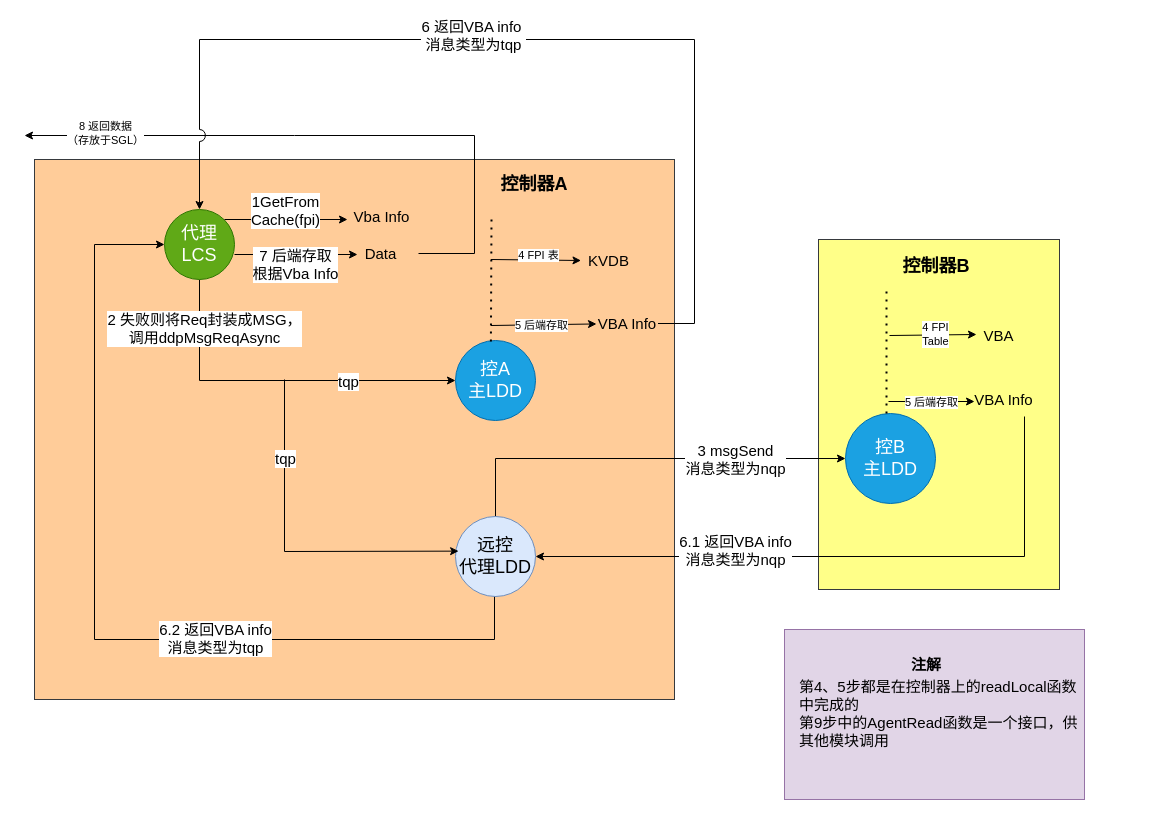
1152545264/DrawioPaint keeps this draw.io diagram as MSG转发.drawio. Above is the earlier version. Source tidied: cells renumbered, new cells numbered last; positions are measured from the earlier drawing's top-left corner, leaving out a move shared by most shapes. Both pictures are drawn from the tidied source at 100%, with x=0, y=0 at pixel (24, 39).
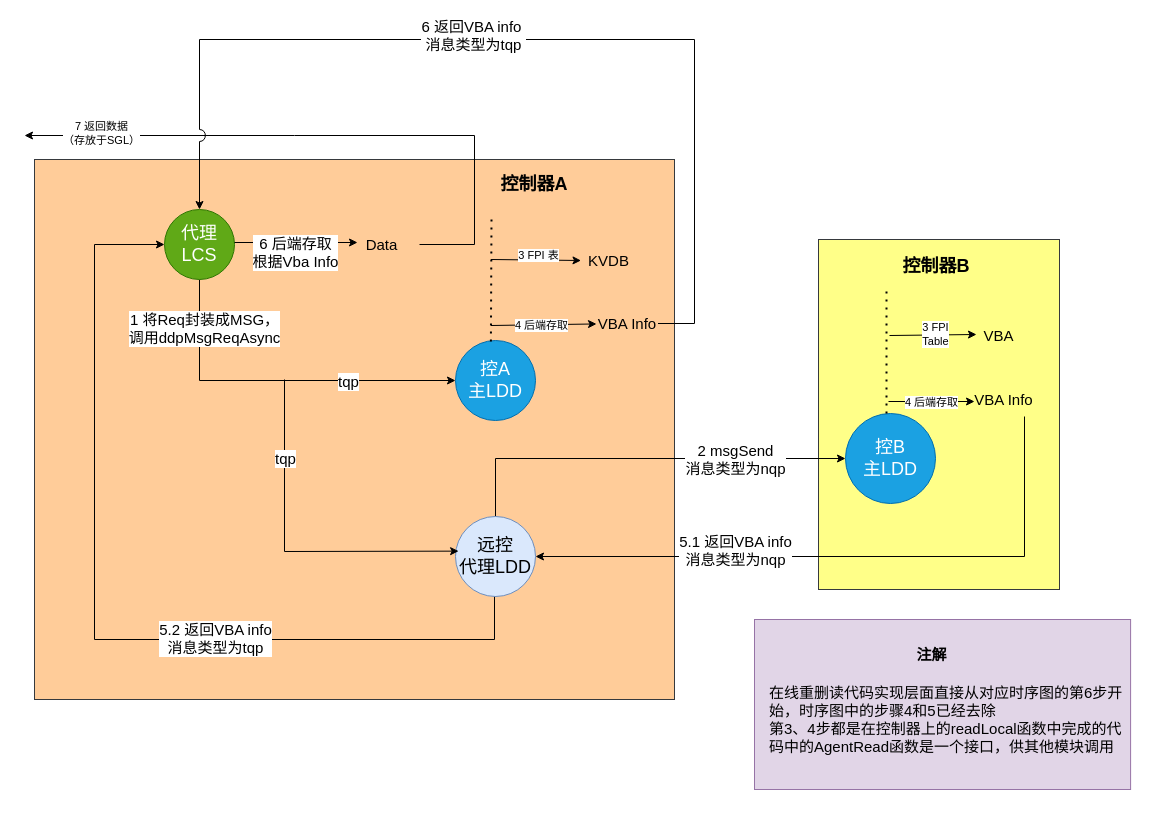
After the change.

The change refers to these unchanged cells:
```xml
<mxCell id="4" style="edgeStyle=orthogonalEdgeStyle;rounded=0;jettySize=auto;html=1;exitX=0.5;exitY=1;exitDx=0;exitDy=0;entryX=0;entryY=0.5;entryDx=0;entryDy=0;" parent="1" edge="1" source="7" target="32">
  <mxGeometry relative="1" as="geometry" />
</mxCell>
<mxCell id="8" style="edgeStyle=orthogonalEdgeStyle;rounded=0;jettySize=auto;html=1;exitX=0.5;exitY=0;exitDx=0;exitDy=0;entryX=0;entryY=0.5;entryDx=0;entryDy=0;" parent="1" edge="1" source="12" target="13">
  <mxGeometry relative="1" as="geometry">
    <Array as="points">
      <mxPoint x="471" y="419" />
    </Array>
  </mxGeometry>
</mxCell>
<mxCell id="10" style="edgeStyle=orthogonalEdgeStyle;rounded=0;jettySize=auto;html=1;entryX=0;entryY=0.5;entryDx=0;entryDy=0;exitX=0.5;exitY=1;exitDx=0;exitDy=0;" parent="1" edge="1" source="12" target="7">
  <mxGeometry relative="1" as="geometry">
    <Array as="points">
      <mxPoint x="470" y="600" />
      <mxPoint x="70" y="600" />
      <mxPoint x="70" y="205" />
    </Array>
  </mxGeometry>
</mxCell>
<mxCell id="14" style="endArrow=classic;html=1;rounded=0;entryX=0;entryY=0.5;entryDx=0;entryDy=0;" parent="1" edge="1">
  <mxGeometry relative="1" as="geometry">
    <mxPoint x="865" y="296" as="sourcePoint" />
    <mxPoint x="952" y="295" as="targetPoint" />
  </mxGeometry>
</mxCell>
<mxCell id="17" style="edgeStyle=orthogonalEdgeStyle;rounded=0;jettySize=auto;html=1;entryX=1;entryY=0.5;entryDx=0;entryDy=0;" parent="1" edge="1" source="19" target="12">
  <mxGeometry relative="1" as="geometry">
    <Array as="points">
      <mxPoint x="1000" y="517" />
    </Array>
  </mxGeometry>
</mxCell>
<mxCell id="20" style="endArrow=classic;html=1;rounded=0;entryX=0.107;entryY=0.559;entryDx=0;entryDy=0;entryPerimeter=0;" parent="1" edge="1" target="19">
  <mxGeometry relative="1" as="geometry">
    <mxPoint x="864" y="362" as="sourcePoint" />
  </mxGeometry>
</mxCell>
<mxCell id="33" style="endArrow=classic;html=1;rounded=0;entryX=0;entryY=0.5;entryDx=0;entryDy=0;" parent="1" edge="1" target="35">
  <mxGeometry relative="1" as="geometry">
    <mxPoint x="466.5" y="220" as="sourcePoint" />
  </mxGeometry>
</mxCell>
<mxCell id="36" style="endArrow=classic;html=1;rounded=0;" parent="1" edge="1" target="44">
  <mxGeometry relative="1" as="geometry">
    <mxPoint x="466.5" y="286" as="sourcePoint" />
  </mxGeometry>
</mxCell>
```

What changed in the source:
```diff
@@
-    <mxCell id="5" value="&lt;font style=&quot;font-size: 15px;&quot;&gt;2 失败则将Req封装成MSG，&lt;br&gt;调用ddpMsgReqAsync&lt;/font&gt;" style="edgeLabel;html=1;align=center;verticalAlign=middle;" parent="4" vertex="1">
+    <mxCell id="5" value="&lt;font style=&quot;font-size: 15px;&quot;&gt;1 将Req封装成MSG，&lt;br&gt;调用ddpMsgReqAsync&lt;/font&gt;" style="edgeLabel;html=1;align=center;verticalAlign=middle;" parent="4" vertex="1">
       <mxGeometry x="0.38" y="-1" relative="1" as="geometry">
         <mxPoint x="-141" y="-54" as="offset" />
       </mxGeometry>
     </mxCell>
@@
-    <mxCell id="9" value="&lt;font style=&quot;font-size: 15px;&quot;&gt;3 msgSend&lt;br&gt;消息类型为nqp&lt;br&gt;&lt;/font&gt;" style="edgeLabel;html=1;align=center;verticalAlign=middle;" parent="8" vertex="1">
+    <mxCell id="9" value="&lt;font style=&quot;font-size: 15px;&quot;&gt;2 msgSend&lt;br&gt;消息类型为nqp&lt;br&gt;&lt;/font&gt;" style="edgeLabel;html=1;align=center;verticalAlign=middle;" parent="8" vertex="1">
       <mxGeometry x="-0.19" y="3" relative="1" as="geometry">
         <mxPoint x="132" y="3" as="offset" />
       </mxGeometry>
     </mxCell>
@@
-    <mxCell id="11" value="&lt;font style=&quot;font-size: 15px;&quot;&gt;6.2 返回VBA info&lt;br&gt;消息类型为tqp&lt;/font&gt;" style="edgeLabel;html=1;align=center;verticalAlign=middle;" parent="10" vertex="1">
+    <mxCell id="11" value="&lt;font style=&quot;font-size: 15px;&quot;&gt;5.2 返回VBA info&lt;br&gt;消息类型为tqp&lt;/font&gt;" style="edgeLabel;html=1;align=center;verticalAlign=middle;" parent="10" vertex="1">
       <mxGeometry x="-0.29" y="-2" relative="1" as="geometry">
         <mxPoint x="-1" as="offset" />
       </mxGeometry>
     </mxCell>
@@
-    <mxCell id="15" value="4 FPI &lt;br&gt;Table" style="edgeLabel;html=1;align=center;verticalAlign=middle;" parent="14" vertex="1">
+    <mxCell id="15" value="3 FPI &lt;br&gt;Table" style="edgeLabel;html=1;align=center;verticalAlign=middle;" parent="14" vertex="1">
       <mxGeometry x="0.04" y="1" relative="1" as="geometry">
         <mxPoint x="1" as="offset" />
       </mxGeometry>
     </mxCell>
@@
-    <mxCell id="18" value="&lt;font style=&quot;font-size: 15px;&quot;&gt;6.1 返回VBA info&lt;br&gt;消息类型为nqp&lt;br&gt;&lt;/font&gt;" style="edgeLabel;html=1;align=center;verticalAlign=middle;" parent="17" vertex="1">
+    <mxCell id="18" value="&lt;font style=&quot;font-size: 15px;&quot;&gt;5.1 返回VBA info&lt;br&gt;消息类型为nqp&lt;br&gt;&lt;/font&gt;" style="edgeLabel;html=1;align=center;verticalAlign=middle;" parent="17" vertex="1">
       <mxGeometry x="-0.22" relative="1" as="geometry">
         <mxPoint x="-185" y="-7" as="offset" />
       </mxGeometry>
     </mxCell>
@@
-    <mxCell id="21" value="5 后端存取" style="edgeLabel;html=1;align=center;verticalAlign=middle;" parent="20" vertex="1">
+    <mxCell id="21" value="4 后端存取" style="edgeLabel;html=1;align=center;verticalAlign=middle;" parent="20" vertex="1">
       <mxGeometry x="-0.18" relative="1" as="geometry">
         <mxPoint x="8" as="offset" />
       </mxGeometry>
     </mxCell>
     <mxCell id="22" style="endArrow=classic;html=1;rounded=0;" parent="1" edge="1">
       <mxGeometry relative="1" as="geometry">
-        <mxPoint x="210" y="215" as="sourcePoint" />
-        <mxPoint x="333" y="215" as="targetPoint" />
+        <mxPoint x="210" y="203" as="sourcePoint" />
+        <mxPoint x="333" y="203" as="targetPoint" />
       </mxGeometry>
     </mxCell>
-    <mxCell id="23" value="&lt;font style=&quot;font-size: 15px;&quot;&gt;7 后端存取&lt;br&gt;根据Vba Info&lt;br&gt;&lt;/font&gt;" style="edgeLabel;html=1;align=center;verticalAlign=middle;" parent="22" vertex="1">
+    <mxCell id="23" value="&lt;font style=&quot;font-size: 15px;&quot;&gt;6 后端存取&lt;br&gt;根据Vba Info&lt;br&gt;&lt;/font&gt;" style="edgeLabel;html=1;align=center;verticalAlign=middle;" parent="22" vertex="1">
       <mxGeometry x="-0.22" y="1" relative="1" as="geometry">
         <mxPoint x="12" y="10" as="offset" />
       </mxGeometry>
     </mxCell>
@@
     <mxCell id="26" style="endArrow=classic;html=1;rounded=0;exitX=1;exitY=0.5;exitDx=0;exitDy=0;" parent="1" edge="1" source="39">
       <mxGeometry relative="1" as="geometry">
         <mxPoint y="96" as="targetPoint" />
         <Array as="points">
-          <mxPoint x="450" y="214" />
+          <mxPoint x="450" y="205" />
           <mxPoint x="450" y="96" />
           <mxPoint x="270" y="96" />
           <mxPoint x="80" y="96" />
         </Array>
       </mxGeometry>
     </mxCell>
-    <mxCell id="27" value="8 返回数据&lt;br&gt;（存放于SGL）" style="edgeLabel;html=1;align=center;verticalAlign=middle;" parent="26" vertex="1">
+    <mxCell id="27" value="7 返回数据&lt;br&gt;（存放于SGL）" style="edgeLabel;html=1;align=center;verticalAlign=middle;" parent="26" vertex="1">
       <mxGeometry x="0.29" y="-3" relative="1" as="geometry">
         <mxPoint x="-142" as="offset" />
       </mxGeometry>
     </mxCell>
-    <mxCell id="28" style="group;" parent="1" vertex="1">
-      <mxGeometry x="720" y="590" width="343" height="170" as="geometry" />
-    </mxCell>
-    <mxCell id="29" style="whiteSpace=wrap;html=1;fillColor=#e1d5e7;strokeColor=#9673a6;" parent="28" vertex="1">
-      <mxGeometry x="40" width="300" height="170" as="geometry" />
-    </mxCell>
-    <mxCell id="30" value="&lt;font style=&quot;font-size: 15px;&quot;&gt;&lt;br&gt;第4、5步都是在控制器上的readLocal函数中完成的&lt;br&gt;第9步中的AgentRead函数是一个接口，供其他模块调用&lt;/font&gt;" style="text;strokeColor=none;align=left;fillColor=none;html=1;verticalAlign=middle;whiteSpace=wrap;rounded=0;" parent="28" vertex="1">
-      <mxGeometry x="53" y="60" width="290" height="30" as="geometry" />
-    </mxCell>
-    <mxCell id="31" value="&lt;font style=&quot;font-size: 15px;&quot;&gt;&lt;b&gt;注解&lt;/b&gt;&lt;/font&gt;" style="text;strokeColor=none;align=center;fillColor=none;html=1;verticalAlign=middle;whiteSpace=wrap;rounded=0;" parent="28" vertex="1">
-      <mxGeometry x="151.5" y="20" width="60" height="30" as="geometry" />
-    </mxCell>
@@
-    <mxCell id="34" value="4 FPI 表" style="edgeLabel;html=1;align=center;verticalAlign=middle;" parent="33" vertex="1">
+    <mxCell id="34" value="3 FPI 表" style="edgeLabel;html=1;align=center;verticalAlign=middle;" parent="33" vertex="1">
       <mxGeometry x="0.04" y="5" relative="1" as="geometry" />
     </mxCell>
@@
-    <mxCell id="37" value="5 后端存取" style="edgeLabel;html=1;align=center;verticalAlign=middle;" parent="36" vertex="1">
+    <mxCell id="37" value="4 后端存取" style="edgeLabel;html=1;align=center;verticalAlign=middle;" parent="36" vertex="1">
       <mxGeometry x="-0.18" relative="1" as="geometry">
         <mxPoint x="7" as="offset" />
       </mxGeometry>
     </mxCell>
@@
     <mxCell id="39" value="&lt;font style=&quot;font-size: 15px;&quot;&gt;Data&lt;/font&gt;" style="text;strokeColor=none;align=center;fillColor=none;html=1;verticalAlign=middle;whiteSpace=wrap;rounded=0;" parent="1" vertex="1">
-      <mxGeometry x="319" y="197" width="75" height="34" as="geometry" />
+      <mxGeometry x="320" y="188" width="75" height="34" as="geometry" />
     </mxCell>
@@
-    <mxCell id="46" style="endArrow=classic;html=1;rounded=0;" parent="1" edge="1">
-      <mxGeometry relative="1" as="geometry">
-        <mxPoint x="200" y="180" as="sourcePoint" />
-        <mxPoint x="323" y="180" as="targetPoint" />
-      </mxGeometry>
-    </mxCell>
-    <mxCell id="47" value="&lt;font style=&quot;font-size: 15px;&quot;&gt;1GetFrom&lt;br&gt;Cache(fpi)&lt;/font&gt;" style="edgeLabel;html=1;align=center;verticalAlign=middle;" parent="46" vertex="1">
-      <mxGeometry x="-0.22" y="1" relative="1" as="geometry">
-        <mxPoint x="12" y="-9" as="offset" />
-      </mxGeometry>
-    </mxCell>
-    <mxCell id="48" value="&lt;font style=&quot;font-size: 15px;&quot;&gt;Vba Info&lt;/font&gt;" style="text;strokeColor=none;align=center;fillColor=none;html=1;verticalAlign=middle;whiteSpace=wrap;rounded=0;" parent="1" vertex="1">
-      <mxGeometry x="320" y="160" width="75" height="34" as="geometry" />
-    </mxCell>
+    <mxCell id="49" style="group;" parent="1" vertex="1">
+      <mxGeometry x="730" y="580" width="376.4" height="170" as="geometry" />
+    </mxCell>
+    <mxCell id="29" style="whiteSpace=wrap;html=1;fillColor=#e1d5e7;strokeColor=#9673a6;" parent="49" vertex="1">
+      <mxGeometry width="376.1" height="170" as="geometry" />
+    </mxCell>
+    <mxCell id="30" value="&lt;font style=&quot;font-size: 15px;&quot;&gt;在线重删读代码实现层面直接从对应时序图的第6步开始，时序图中的步骤4和5已经去除&lt;br&gt;第3、4步都是在控制器上的readLocal函数中完成的代码中的AgentRead函数是一个接口，供其他模块调用&lt;/font&gt;" style="text;strokeColor=none;align=left;fillColor=none;html=1;verticalAlign=middle;whiteSpace=wrap;rounded=0;" parent="49" vertex="1">
+      <mxGeometry x="12.9" y="40" width="363.6" height="120" as="geometry" />
+    </mxCell>
+    <mxCell id="31" value="&lt;font style=&quot;font-size: 15px;&quot;&gt;&lt;b&gt;注解&lt;/b&gt;&lt;/font&gt;" style="text;strokeColor=none;align=center;fillColor=none;html=1;verticalAlign=middle;whiteSpace=wrap;rounded=0;" parent="49" vertex="1">
+      <mxGeometry x="139.8" y="20" width="75.2" height="30" as="geometry" />
+    </mxCell>
```
